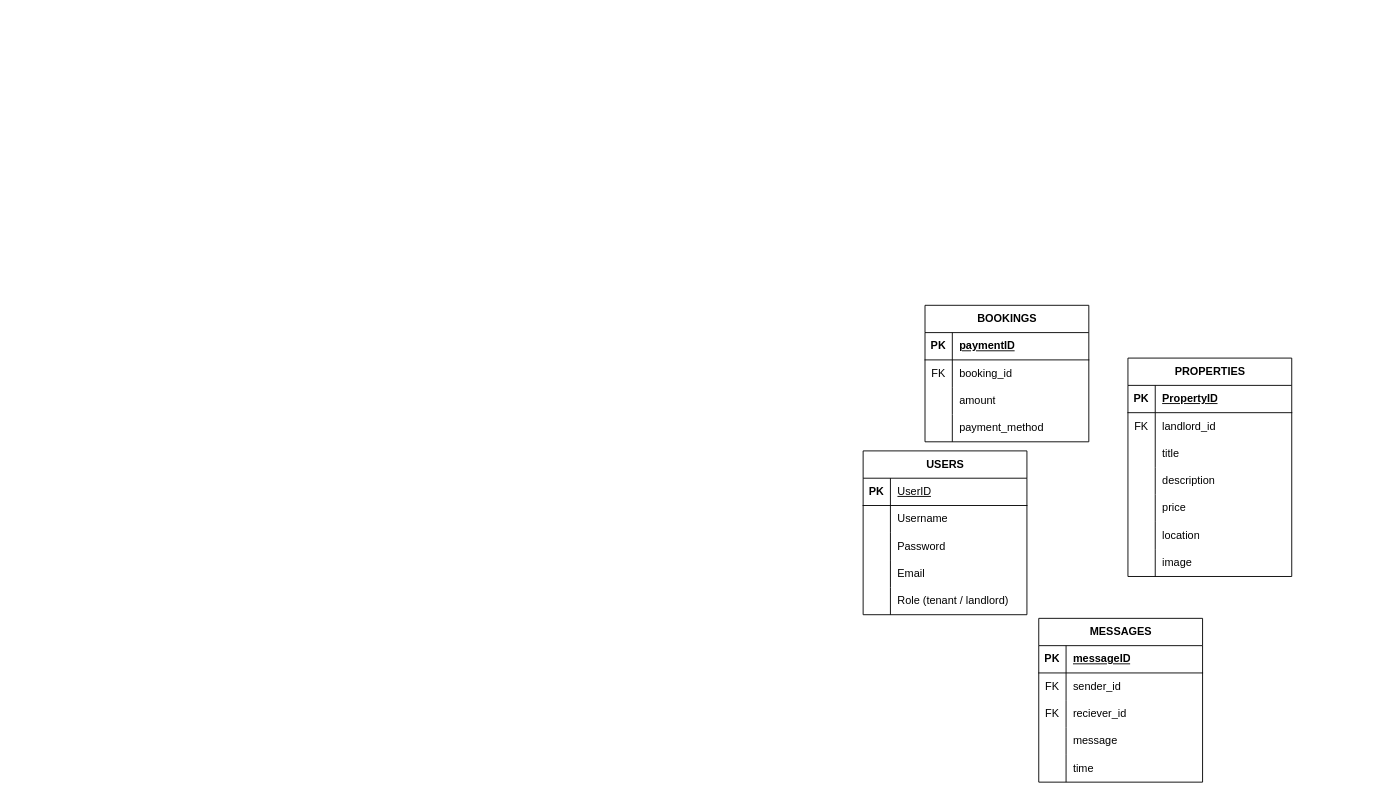
The draw.io diagram docs/UniStay-ERD.drawio in SaneleZondi/UniStay---WebSite, before the edit. Source tidied: cells renumbered, new cells numbered last; positions are measured from the earlier drawing's top-left corner, leaving out a move shared by most shapes. Both pictures are drawn from the tidied source at 91%, with x=0, y=0 at pixel (863, 305).
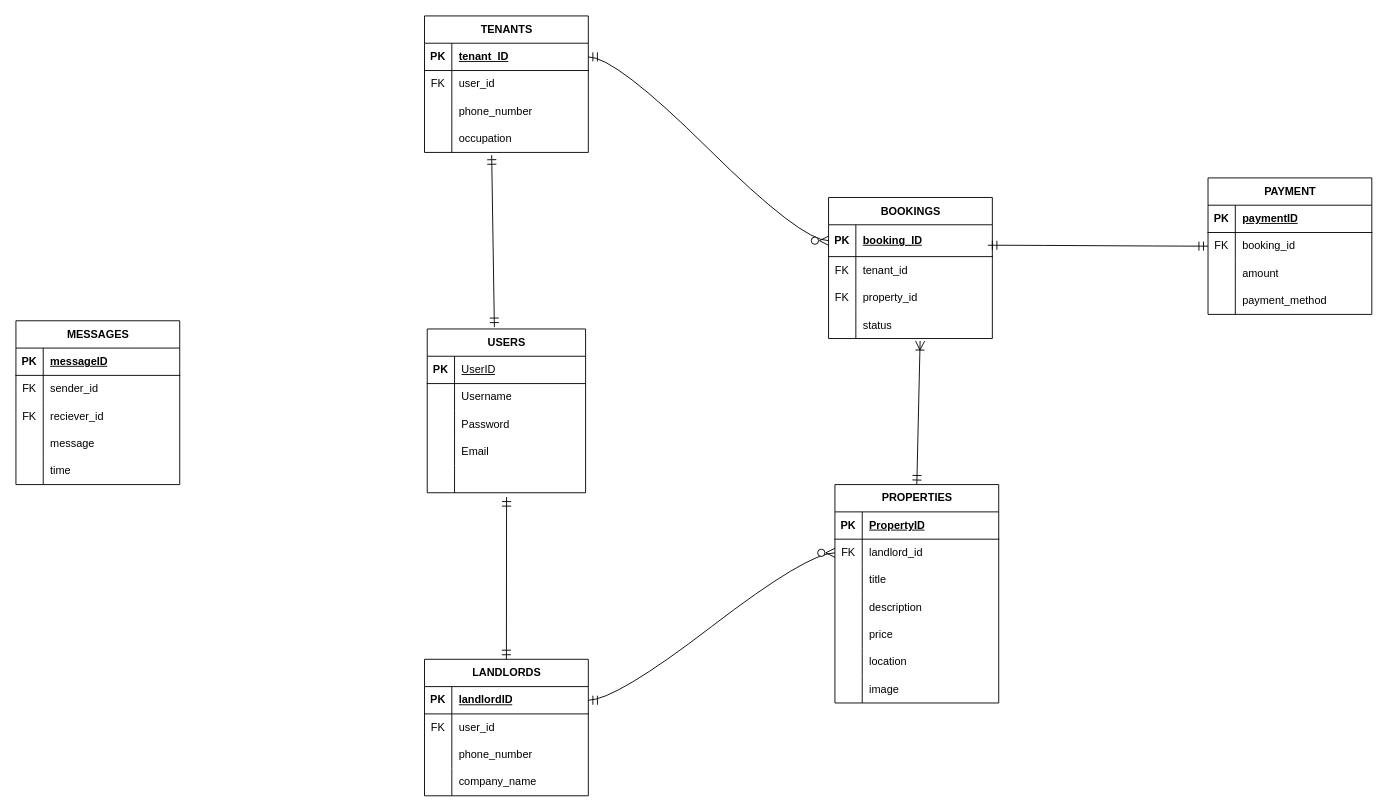
After the change.

The change refers to these unchanged cells:
```xml
<mxCell id="22" style="shape=tableRow;horizontal=0;startSize=0;swimlaneHead=0;swimlaneBody=0;fillColor=none;points=[[0,0.5],[1,0.5]];portConstraint=eastwest;top=0;left=0;right=0;bottom=0;" parent="18" vertex="1">
  <mxGeometry y="60" width="180" height="30" as="geometry" />
</mxCell>
<mxCell id="44" style="shape=tableRow;horizontal=0;startSize=0;swimlaneHead=0;swimlaneBody=0;fillColor=none;points=[[0,0.5],[1,0.5]];portConstraint=eastwest;top=0;left=0;right=0;bottom=0;" parent="40" vertex="1">
  <mxGeometry y="60" width="180" height="30" as="geometry" />
</mxCell>
```

The edit, as a diff of the source:
```diff
@@
-    <mxCell id="2" value="USERS" style="shape=table;startSize=30;childLayout=tableLayout;rowLines=0;fontStyle=1;align=center;html=1;" parent="1" vertex="1">
-      <mxGeometry y="160" width="180" height="180" as="geometry" />
-    </mxCell>
-    <mxCell id="3" style="shape=tableRow;horizontal=0;startSize=0;swimlaneHead=0;swimlaneBody=0;fillColor=none;top=0;left=0;right=0;bottom=1;" parent="2" vertex="1">
-      <mxGeometry y="30" width="180" height="30" as="geometry" />
-    </mxCell>
-    <mxCell id="4" value="PK" style="shape=partialRectangle;fillColor=none;top=0;left=0;bottom=0;right=0;fontStyle=1;overflow=hidden;whiteSpace=wrap;html=1;" parent="3" vertex="1">
-      <mxGeometry width="30" height="30" as="geometry" />
-    </mxCell>
-    <mxCell id="5" value="&lt;span style=&quot;font-weight: 400;&quot;&gt;UserID&lt;/span&gt;" style="shape=partialRectangle;fillColor=none;top=0;left=0;bottom=0;right=0;align=left;spacingLeft=6;fontStyle=5;overflow=hidden;whiteSpace=wrap;html=1;" parent="3" vertex="1">
-      <mxGeometry x="30" width="150" height="30" as="geometry" />
-    </mxCell>
-    <mxCell id="6" style="shape=tableRow;horizontal=0;startSize=0;swimlaneHead=0;swimlaneBody=0;fillColor=none;top=0;left=0;right=0;bottom=0;" parent="2" vertex="1">
-      <mxGeometry y="60" width="180" height="30" as="geometry" />
-    </mxCell>
-    <mxCell id="7" style="shape=partialRectangle;fillColor=none;top=0;left=0;bottom=0;right=0;overflow=hidden;whiteSpace=wrap;html=1;" parent="6" vertex="1">
-      <mxGeometry width="30" height="30" as="geometry" />
-    </mxCell>
-    <mxCell id="8" value="Username" style="shape=partialRectangle;fillColor=none;top=0;left=0;bottom=0;right=0;align=left;spacingLeft=6;overflow=hidden;whiteSpace=wrap;html=1;" parent="6" vertex="1">
-      <mxGeometry x="30" width="150" height="30" as="geometry" />
-    </mxCell>
-    <mxCell id="9" style="shape=tableRow;horizontal=0;startSize=0;swimlaneHead=0;swimlaneBody=0;fillColor=none;top=0;left=0;right=0;bottom=0;" parent="2" vertex="1">
-      <mxGeometry y="90" width="180" height="30" as="geometry" />
-    </mxCell>
-    <mxCell id="10" style="shape=partialRectangle;fillColor=none;top=0;left=0;bottom=0;right=0;overflow=hidden;whiteSpace=wrap;html=1;" parent="9" vertex="1">
-      <mxGeometry width="30" height="30" as="geometry" />
-    </mxCell>
-    <mxCell id="11" value="Password" style="shape=partialRectangle;fillColor=none;top=0;left=0;bottom=0;right=0;align=left;spacingLeft=6;overflow=hidden;whiteSpace=wrap;html=1;" parent="9" vertex="1">
-      <mxGeometry x="30" width="150" height="30" as="geometry" />
-    </mxCell>
-    <mxCell id="12" style="shape=tableRow;horizontal=0;startSize=0;swimlaneHead=0;swimlaneBody=0;fillColor=none;top=0;left=0;right=0;bottom=0;" parent="2" vertex="1">
-      <mxGeometry y="120" width="180" height="30" as="geometry" />
-    </mxCell>
-    <mxCell id="13" style="shape=partialRectangle;fillColor=none;top=0;left=0;bottom=0;right=0;overflow=hidden;whiteSpace=wrap;html=1;" parent="12" vertex="1">
-      <mxGeometry width="30" height="30" as="geometry" />
-    </mxCell>
-    <mxCell id="14" value="Email" style="shape=partialRectangle;fillColor=none;top=0;left=0;bottom=0;right=0;align=left;spacingLeft=6;overflow=hidden;whiteSpace=wrap;html=1;" parent="12" vertex="1">
-      <mxGeometry x="30" width="150" height="30" as="geometry" />
-    </mxCell>
-    <mxCell id="15" style="shape=tableRow;horizontal=0;startSize=0;swimlaneHead=0;swimlaneBody=0;fillColor=none;points=[[0,0.5],[1,0.5]];portConstraint=eastwest;top=0;left=0;right=0;bottom=0;" parent="2" vertex="1">
-      <mxGeometry y="150" width="180" height="30" as="geometry" />
-    </mxCell>
-    <mxCell id="16" style="shape=partialRectangle;fillColor=none;top=0;left=0;bottom=0;right=0;overflow=hidden;whiteSpace=wrap;html=1;" parent="15" vertex="1">
-      <mxGeometry width="30" height="30" as="geometry" />
-    </mxCell>
-    <mxCell id="17" value="Role (tenant / landlord)" style="shape=partialRectangle;fillColor=none;top=0;left=0;bottom=0;right=0;align=left;spacingLeft=6;overflow=hidden;whiteSpace=wrap;html=1;" parent="15" vertex="1">
-      <mxGeometry x="30" width="150" height="30" as="geometry" />
-    </mxCell>
     <mxCell id="18" value="PROPERTIES" style="shape=table;startSize=30;childLayout=tableLayout;rowLines=0;fontStyle=1;align=center;html=1;" parent="1" vertex="1">
-      <mxGeometry x="291" y="58" width="180" height="240" as="geometry" />
+      <mxGeometry x="-31" y="197" width="180" height="240" as="geometry" />
     </mxCell>
@@
-    <mxCell id="40" value="BOOKINGS" style="shape=table;startSize=30;childLayout=tableLayout;rowLines=0;fontStyle=1;align=center;html=1;" parent="1" vertex="1">
-      <mxGeometry x="68" width="180" height="150" as="geometry" />
+    <mxCell id="40" value="PAYMENT" style="shape=table;startSize=30;childLayout=tableLayout;rowLines=0;fontStyle=1;align=center;html=1;" parent="1" vertex="1">
+      <mxGeometry x="379" y="-140" width="180" height="150" as="geometry" />
     </mxCell>
@@
     <mxCell id="53" value="MESSAGES" style="shape=table;startSize=30;childLayout=tableLayout;rowLines=0;fontStyle=1;align=center;html=1;" parent="1" vertex="1">
-      <mxGeometry x="193" y="344" width="180" height="180" as="geometry" />
+      <mxGeometry x="-931" y="17" width="180" height="180" as="geometry" />
     </mxCell>
@@
+    <mxCell id="2" value="USERS" style="shape=table;startSize=30;childLayout=tableLayout;rowLines=0;fontStyle=1;align=center;html=1;" parent="1" vertex="1">
+      <mxGeometry x="-479" y="26" width="174" height="180" as="geometry" />
+    </mxCell>
+    <mxCell id="3" style="shape=tableRow;horizontal=0;startSize=0;swimlaneHead=0;swimlaneBody=0;fillColor=none;top=0;left=0;right=0;bottom=1;" parent="2" vertex="1">
+      <mxGeometry y="30" width="174" height="30" as="geometry" />
+    </mxCell>
+    <mxCell id="4" value="PK" style="shape=partialRectangle;fillColor=none;top=0;left=0;bottom=0;right=0;fontStyle=1;overflow=hidden;whiteSpace=wrap;html=1;" parent="3" vertex="1">
+      <mxGeometry width="30" height="30" as="geometry" />
+    </mxCell>
+    <mxCell id="5" value="&lt;span style=&quot;font-weight: 400;&quot;&gt;UserID&lt;/span&gt;" style="shape=partialRectangle;fillColor=none;top=0;left=0;bottom=0;right=0;align=left;spacingLeft=6;fontStyle=5;overflow=hidden;whiteSpace=wrap;html=1;" parent="3" vertex="1">
+      <mxGeometry x="30" width="144" height="30" as="geometry" />
+    </mxCell>
+    <mxCell id="6" style="shape=tableRow;horizontal=0;startSize=0;swimlaneHead=0;swimlaneBody=0;fillColor=none;top=0;left=0;right=0;bottom=0;" parent="2" vertex="1">
+      <mxGeometry y="60" width="174" height="30" as="geometry" />
+    </mxCell>
+    <mxCell id="7" style="shape=partialRectangle;fillColor=none;top=0;left=0;bottom=0;right=0;overflow=hidden;whiteSpace=wrap;html=1;" parent="6" vertex="1">
+      <mxGeometry width="30" height="30" as="geometry" />
+    </mxCell>
+    <mxCell id="8" value="Username" style="shape=partialRectangle;fillColor=none;top=0;left=0;bottom=0;right=0;align=left;spacingLeft=6;overflow=hidden;whiteSpace=wrap;html=1;" parent="6" vertex="1">
+      <mxGeometry x="30" width="144" height="30" as="geometry" />
+    </mxCell>
+    <mxCell id="9" style="shape=tableRow;horizontal=0;startSize=0;swimlaneHead=0;swimlaneBody=0;fillColor=none;top=0;left=0;right=0;bottom=0;" parent="2" vertex="1">
+      <mxGeometry y="90" width="174" height="30" as="geometry" />
+    </mxCell>
+    <mxCell id="10" style="shape=partialRectangle;fillColor=none;top=0;left=0;bottom=0;right=0;overflow=hidden;whiteSpace=wrap;html=1;" parent="9" vertex="1">
+      <mxGeometry width="30" height="30" as="geometry" />
+    </mxCell>
+    <mxCell id="11" value="Password" style="shape=partialRectangle;fillColor=none;top=0;left=0;bottom=0;right=0;align=left;spacingLeft=6;overflow=hidden;whiteSpace=wrap;html=1;" parent="9" vertex="1">
+      <mxGeometry x="30" width="144" height="30" as="geometry" />
+    </mxCell>
+    <mxCell id="12" style="shape=tableRow;horizontal=0;startSize=0;swimlaneHead=0;swimlaneBody=0;fillColor=none;top=0;left=0;right=0;bottom=0;" parent="2" vertex="1">
+      <mxGeometry y="120" width="174" height="30" as="geometry" />
+    </mxCell>
+    <mxCell id="13" style="shape=partialRectangle;fillColor=none;top=0;left=0;bottom=0;right=0;overflow=hidden;whiteSpace=wrap;html=1;" parent="12" vertex="1">
+      <mxGeometry width="30" height="30" as="geometry" />
+    </mxCell>
+    <mxCell id="14" value="Email" style="shape=partialRectangle;fillColor=none;top=0;left=0;bottom=0;right=0;align=left;spacingLeft=6;overflow=hidden;whiteSpace=wrap;html=1;" parent="12" vertex="1">
+      <mxGeometry x="30" width="144" height="30" as="geometry" />
+    </mxCell>
+    <mxCell id="15" style="shape=tableRow;horizontal=0;startSize=0;swimlaneHead=0;swimlaneBody=0;fillColor=none;points=[[0,0.5],[1,0.5]];portConstraint=eastwest;top=0;left=0;right=0;bottom=0;" parent="2" vertex="1">
+      <mxGeometry y="150" width="174" height="30" as="geometry" />
+    </mxCell>
+    <mxCell id="16" style="shape=partialRectangle;fillColor=none;top=0;left=0;bottom=0;right=0;overflow=hidden;whiteSpace=wrap;html=1;" parent="15" vertex="1">
+      <mxGeometry width="30" height="30" as="geometry" />
+    </mxCell>
+    <mxCell id="17" style="shape=partialRectangle;fillColor=none;top=0;left=0;bottom=0;right=0;align=left;spacingLeft=6;overflow=hidden;whiteSpace=wrap;html=1;" parent="15" vertex="1">
+      <mxGeometry x="30" width="144" height="30" as="geometry" />
+    </mxCell>
+    <mxCell id="70" value="LANDLORDS" style="shape=table;startSize=30;childLayout=tableLayout;rowLines=0;fontStyle=1;align=center;html=1;" parent="1" vertex="1">
+      <mxGeometry x="-482" y="389" width="180" height="150" as="geometry" />
+    </mxCell>
+    <mxCell id="71" style="shape=tableRow;horizontal=0;startSize=0;swimlaneHead=0;swimlaneBody=0;fillColor=none;points=[[0,0.5],[1,0.5]];portConstraint=eastwest;top=0;left=0;right=0;bottom=1;" parent="70" vertex="1">
+      <mxGeometry y="30" width="180" height="30" as="geometry" />
+    </mxCell>
+    <mxCell id="72" value="PK" style="shape=partialRectangle;fillColor=none;top=0;left=0;bottom=0;right=0;fontStyle=1;overflow=hidden;whiteSpace=wrap;html=1;" parent="71" vertex="1">
+      <mxGeometry width="30" height="30" as="geometry" />
+    </mxCell>
+    <mxCell id="73" value="landlordID" style="shape=partialRectangle;fillColor=none;top=0;left=0;bottom=0;right=0;align=left;spacingLeft=6;fontStyle=5;overflow=hidden;whiteSpace=wrap;html=1;" parent="71" vertex="1">
+      <mxGeometry x="30" width="150" height="30" as="geometry" />
+    </mxCell>
+    <mxCell id="74" style="shape=tableRow;horizontal=0;startSize=0;swimlaneHead=0;swimlaneBody=0;fillColor=none;top=0;left=0;right=0;bottom=0;" parent="70" vertex="1">
+      <mxGeometry y="60" width="180" height="30" as="geometry" />
+    </mxCell>
+    <mxCell id="75" value="FK" style="shape=partialRectangle;fillColor=none;top=0;left=0;bottom=0;right=0;overflow=hidden;whiteSpace=wrap;html=1;" parent="74" vertex="1">
+      <mxGeometry width="30" height="30" as="geometry" />
+    </mxCell>
+    <mxCell id="76" value="user_id" style="shape=partialRectangle;fillColor=none;top=0;left=0;bottom=0;right=0;align=left;spacingLeft=6;overflow=hidden;whiteSpace=wrap;html=1;" parent="74" vertex="1">
+      <mxGeometry x="30" width="150" height="30" as="geometry" />
+    </mxCell>
+    <mxCell id="77" style="shape=tableRow;horizontal=0;startSize=0;swimlaneHead=0;swimlaneBody=0;fillColor=none;top=0;left=0;right=0;bottom=0;" parent="70" vertex="1">
+      <mxGeometry y="90" width="180" height="30" as="geometry" />
+    </mxCell>
+    <mxCell id="78" style="shape=partialRectangle;fillColor=none;top=0;left=0;bottom=0;right=0;overflow=hidden;whiteSpace=wrap;html=1;" parent="77" vertex="1">
+      <mxGeometry width="30" height="30" as="geometry" />
+    </mxCell>
+    <mxCell id="79" value="phone_number" style="shape=partialRectangle;fillColor=none;top=0;left=0;bottom=0;right=0;align=left;spacingLeft=6;overflow=hidden;whiteSpace=wrap;html=1;" parent="77" vertex="1">
+      <mxGeometry x="30" width="150" height="30" as="geometry" />
+    </mxCell>
+    <mxCell id="80" style="shape=tableRow;horizontal=0;startSize=0;swimlaneHead=0;swimlaneBody=0;fillColor=none;top=0;left=0;right=0;bottom=0;" parent="70" vertex="1">
+      <mxGeometry y="120" width="180" height="30" as="geometry" />
+    </mxCell>
+    <mxCell id="81" style="shape=partialRectangle;fillColor=none;top=0;left=0;bottom=0;right=0;overflow=hidden;whiteSpace=wrap;html=1;" parent="80" vertex="1">
+      <mxGeometry width="30" height="30" as="geometry" />
+    </mxCell>
+    <mxCell id="82" value="company_name" style="shape=partialRectangle;fillColor=none;top=0;left=0;bottom=0;right=0;align=left;spacingLeft=6;overflow=hidden;whiteSpace=wrap;html=1;" parent="80" vertex="1">
+      <mxGeometry x="30" width="150" height="30" as="geometry" />
+    </mxCell>
+    <mxCell id="83" value="BOOKINGS" style="shape=table;startSize=30;childLayout=tableLayout;rowLines=0;fontStyle=1;align=center;html=1;" parent="1" vertex="1">
+      <mxGeometry x="-38" y="-118.5" width="180" height="155" as="geometry" />
+    </mxCell>
+    <mxCell id="84" style="shape=tableRow;horizontal=0;startSize=0;swimlaneHead=0;swimlaneBody=0;fillColor=none;points=[[0,0.5],[1,0.5]];portConstraint=eastwest;top=0;left=0;right=0;bottom=1;" parent="83" vertex="1">
+      <mxGeometry y="30" width="180" height="35" as="geometry" />
+    </mxCell>
+    <mxCell id="85" value="PK" style="shape=partialRectangle;fillColor=none;top=0;left=0;bottom=0;right=0;fontStyle=1;overflow=hidden;whiteSpace=wrap;html=1;" parent="84" vertex="1">
+      <mxGeometry width="30" height="35" as="geometry" />
+    </mxCell>
+    <mxCell id="86" value="booking_ID" style="shape=partialRectangle;fillColor=none;top=0;left=0;bottom=0;right=0;align=left;spacingLeft=6;fontStyle=5;overflow=hidden;whiteSpace=wrap;html=1;" parent="84" vertex="1">
+      <mxGeometry x="30" width="150" height="35" as="geometry" />
+    </mxCell>
+    <mxCell id="87" style="shape=tableRow;horizontal=0;startSize=0;swimlaneHead=0;swimlaneBody=0;fillColor=none;top=0;left=0;right=0;bottom=0;" parent="83" vertex="1">
+      <mxGeometry y="65" width="180" height="30" as="geometry" />
+    </mxCell>
+    <mxCell id="88" value="FK" style="shape=partialRectangle;fillColor=none;top=0;left=0;bottom=0;right=0;overflow=hidden;whiteSpace=wrap;html=1;" parent="87" vertex="1">
+      <mxGeometry width="30" height="30" as="geometry" />
+    </mxCell>
+    <mxCell id="89" value="tenant_id" style="shape=partialRectangle;fillColor=none;top=0;left=0;bottom=0;right=0;align=left;spacingLeft=6;overflow=hidden;whiteSpace=wrap;html=1;" parent="87" vertex="1">
+      <mxGeometry x="30" width="150" height="30" as="geometry" />
+    </mxCell>
+    <mxCell id="90" style="shape=tableRow;horizontal=0;startSize=0;swimlaneHead=0;swimlaneBody=0;fillColor=none;top=0;left=0;right=0;bottom=0;" parent="83" vertex="1">
+      <mxGeometry y="95" width="180" height="30" as="geometry" />
+    </mxCell>
+    <mxCell id="91" value="FK" style="shape=partialRectangle;fillColor=none;top=0;left=0;bottom=0;right=0;overflow=hidden;whiteSpace=wrap;html=1;" parent="90" vertex="1">
+      <mxGeometry width="30" height="30" as="geometry" />
+    </mxCell>
+    <mxCell id="92" value="property_id" style="shape=partialRectangle;fillColor=none;top=0;left=0;bottom=0;right=0;align=left;spacingLeft=6;overflow=hidden;whiteSpace=wrap;html=1;" parent="90" vertex="1">
+      <mxGeometry x="30" width="150" height="30" as="geometry" />
+    </mxCell>
+    <mxCell id="93" style="shape=tableRow;horizontal=0;startSize=0;swimlaneHead=0;swimlaneBody=0;fillColor=none;points=[[0,0.5],[1,0.5]];portConstraint=eastwest;top=0;left=0;right=0;bottom=0;" parent="83" vertex="1">
+      <mxGeometry y="125" width="180" height="30" as="geometry" />
+    </mxCell>
+    <mxCell id="94" style="shape=partialRectangle;fillColor=none;top=0;left=0;bottom=0;right=0;overflow=hidden;whiteSpace=wrap;html=1;" parent="93" vertex="1">
+      <mxGeometry width="30" height="30" as="geometry" />
+    </mxCell>
+    <mxCell id="95" value="status" style="shape=partialRectangle;fillColor=none;top=0;left=0;bottom=0;right=0;align=left;spacingLeft=6;overflow=hidden;whiteSpace=wrap;html=1;" parent="93" vertex="1">
+      <mxGeometry x="30" width="150" height="30" as="geometry" />
+    </mxCell>
+    <mxCell id="96" value="TENANTS" style="shape=table;startSize=30;childLayout=tableLayout;rowLines=0;fontStyle=1;align=center;html=1;" parent="1" vertex="1">
+      <mxGeometry x="-482" y="-318" width="180" height="150" as="geometry" />
+    </mxCell>
+    <mxCell id="97" style="shape=tableRow;horizontal=0;startSize=0;swimlaneHead=0;swimlaneBody=0;fillColor=none;points=[[0,0.5],[1,0.5]];portConstraint=eastwest;top=0;left=0;right=0;bottom=1;" parent="96" vertex="1">
+      <mxGeometry y="30" width="180" height="30" as="geometry" />
+    </mxCell>
+    <mxCell id="98" value="PK" style="shape=partialRectangle;fillColor=none;top=0;left=0;bottom=0;right=0;fontStyle=1;overflow=hidden;whiteSpace=wrap;html=1;" parent="97" vertex="1">
+      <mxGeometry width="30" height="30" as="geometry" />
+    </mxCell>
+    <mxCell id="99" value="tenant_ID" style="shape=partialRectangle;fillColor=none;top=0;left=0;bottom=0;right=0;align=left;spacingLeft=6;fontStyle=5;overflow=hidden;whiteSpace=wrap;html=1;" parent="97" vertex="1">
+      <mxGeometry x="30" width="150" height="30" as="geometry" />
+    </mxCell>
+    <mxCell id="100" style="shape=tableRow;horizontal=0;startSize=0;swimlaneHead=0;swimlaneBody=0;fillColor=none;top=0;left=0;right=0;bottom=0;" parent="96" vertex="1">
+      <mxGeometry y="60" width="180" height="30" as="geometry" />
+    </mxCell>
+    <mxCell id="101" value="FK" style="shape=partialRectangle;fillColor=none;top=0;left=0;bottom=0;right=0;overflow=hidden;whiteSpace=wrap;html=1;" parent="100" vertex="1">
+      <mxGeometry width="30" height="30" as="geometry" />
+    </mxCell>
+    <mxCell id="102" value="user_id" style="shape=partialRectangle;fillColor=none;top=0;left=0;bottom=0;right=0;align=left;spacingLeft=6;overflow=hidden;whiteSpace=wrap;html=1;" parent="100" vertex="1">
+      <mxGeometry x="30" width="150" height="30" as="geometry" />
+    </mxCell>
+    <mxCell id="103" style="shape=tableRow;horizontal=0;startSize=0;swimlaneHead=0;swimlaneBody=0;fillColor=none;top=0;left=0;right=0;bottom=0;" parent="96" vertex="1">
+      <mxGeometry y="90" width="180" height="30" as="geometry" />
+    </mxCell>
+    <mxCell id="104" style="shape=partialRectangle;fillColor=none;top=0;left=0;bottom=0;right=0;overflow=hidden;whiteSpace=wrap;html=1;" parent="103" vertex="1">
+      <mxGeometry width="30" height="30" as="geometry" />
+    </mxCell>
+    <mxCell id="105" value="phone_number" style="shape=partialRectangle;fillColor=none;top=0;left=0;bottom=0;right=0;align=left;spacingLeft=6;overflow=hidden;whiteSpace=wrap;html=1;" parent="103" vertex="1">
+      <mxGeometry x="30" width="150" height="30" as="geometry" />
+    </mxCell>
+    <mxCell id="106" style="shape=tableRow;horizontal=0;startSize=0;swimlaneHead=0;swimlaneBody=0;fillColor=none;points=[[0,0.5],[1,0.5]];portConstraint=eastwest;top=0;left=0;right=0;bottom=0;" parent="96" vertex="1">
+      <mxGeometry y="120" width="180" height="30" as="geometry" />
+    </mxCell>
+    <mxCell id="107" style="shape=partialRectangle;fillColor=none;top=0;left=0;bottom=0;right=0;overflow=hidden;whiteSpace=wrap;html=1;" parent="106" vertex="1">
+      <mxGeometry width="30" height="30" as="geometry" />
+    </mxCell>
+    <mxCell id="108" value="occupation" style="shape=partialRectangle;fillColor=none;top=0;left=0;bottom=0;right=0;align=left;spacingLeft=6;overflow=hidden;whiteSpace=wrap;html=1;" parent="106" vertex="1">
+      <mxGeometry x="30" width="150" height="30" as="geometry" />
+    </mxCell>
+    <mxCell id="109" style="fontSize=12;html=1;endArrow=ERmandOne;startArrow=ERmandOne;rounded=0;startSize=8;endSize=8;exitX=0.41;exitY=1.1;exitDx=0;exitDy=0;exitPerimeter=0;entryX=0.424;entryY=-0.011;entryDx=0;entryDy=0;entryPerimeter=0;" parent="1" edge="1" source="106" target="2">
+      <mxGeometry relative="1" as="geometry" />
+    </mxCell>
+    <mxCell id="110" style="fontSize=12;html=1;endArrow=ERmandOne;startArrow=ERmandOne;rounded=0;startSize=8;endSize=8;entryX=0.5;entryY=0;entryDx=0;entryDy=0;exitX=0.501;exitY=1.156;exitDx=0;exitDy=0;exitPerimeter=0;" parent="1" edge="1" source="15" target="70">
+      <mxGeometry relative="1" as="geometry" />
+    </mxCell>
+    <mxCell id="111" style="edgeStyle=entityRelationEdgeStyle;fontSize=12;html=1;endArrow=ERzeroToMany;startArrow=ERmandOne;rounded=0;startSize=8;endSize=8;curved=1;exitX=1;exitY=0.5;exitDx=0;exitDy=0;entryX=0;entryY=0.5;entryDx=0;entryDy=0;" parent="1" edge="1" source="71" target="22">
+      <mxGeometry relative="1" as="geometry">
+        <Array as="points">
+          <mxPoint x="-306" y="455" />
+        </Array>
+      </mxGeometry>
+    </mxCell>
+    <mxCell id="112" style="edgeStyle=entityRelationEdgeStyle;fontSize=12;html=1;endArrow=ERzeroToMany;startArrow=ERmandOne;rounded=0;startSize=8;endSize=8;curved=1;exitX=1;exitY=0.5;exitDx=0;exitDy=0;entryX=0;entryY=0.5;entryDx=0;entryDy=0;" parent="1" edge="1" source="97" target="84">
+      <mxGeometry relative="1" as="geometry" />
+    </mxCell>
+    <mxCell id="113" style="fontSize=12;html=1;endArrow=ERoneToMany;startArrow=ERmandOne;rounded=0;startSize=8;endSize=8;exitX=0.5;exitY=0;exitDx=0;exitDy=0;entryX=0.559;entryY=1.089;entryDx=0;entryDy=0;entryPerimeter=0;" parent="1" edge="1" source="18" target="93">
+      <mxGeometry relative="1" as="geometry" />
+    </mxCell>
+    <mxCell id="114" style="edgeStyle=entityRelationEdgeStyle;fontSize=12;html=1;endArrow=ERmandOne;startArrow=ERmandOne;rounded=0;startSize=8;endSize=8;curved=1;entryX=0;entryY=0.5;entryDx=0;entryDy=0;" parent="1" edge="1" target="44">
+      <mxGeometry relative="1" as="geometry">
+        <mxPoint x="137" y="-66" as="sourcePoint" />
+      </mxGeometry>
+    </mxCell>
```
